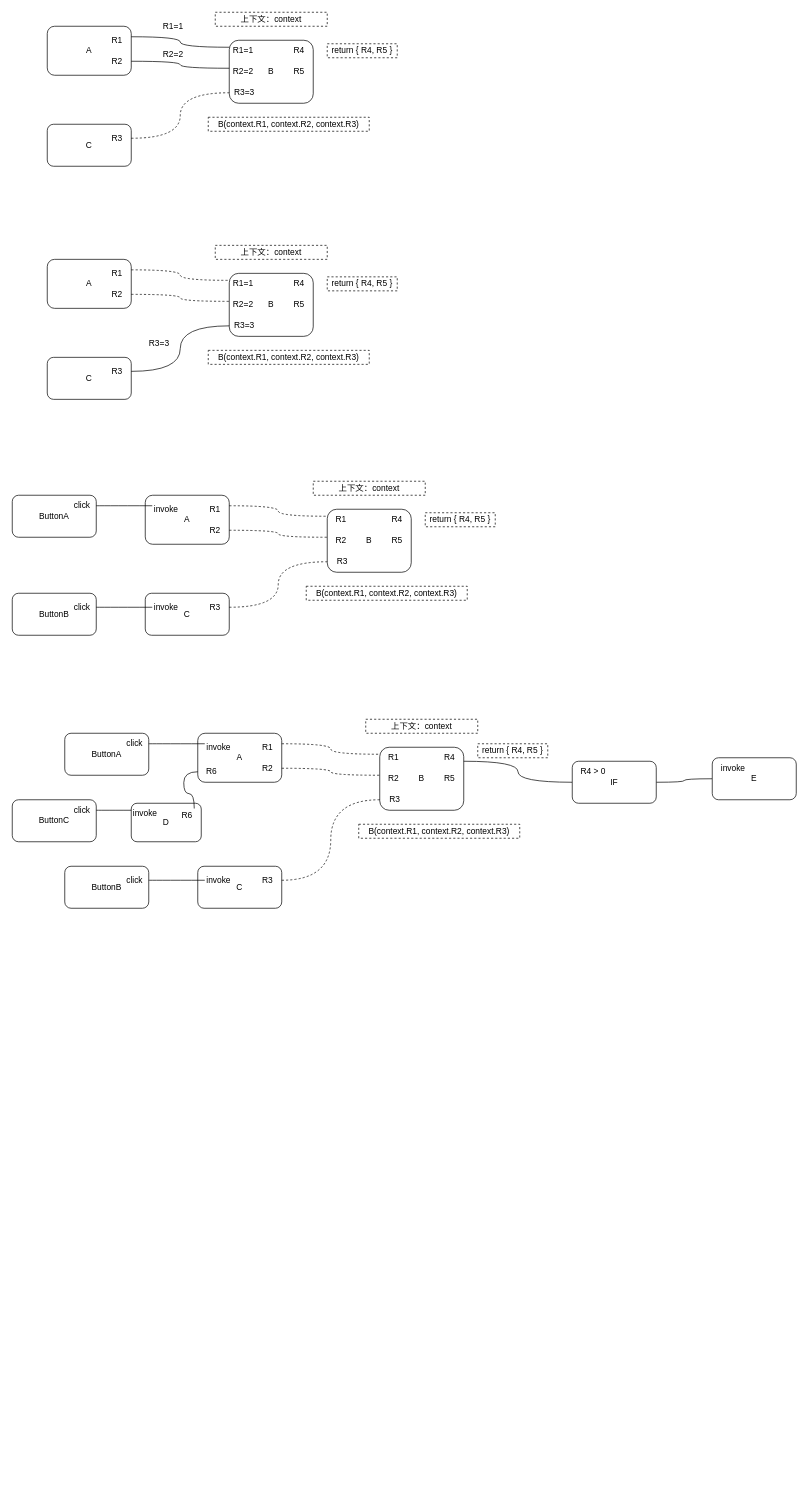
Above: flow-stream-logic.drawio in lokewei/draw.io (draw.io), before the change. Source tidied: cells renumbered, new cells numbered last; positions are measured from the earlier drawing's top-left corner, leaving out a move shared by most shapes. Both pictures are drawn from the tidied source at 70%, with x=0, y=0 at pixel (12, 12).
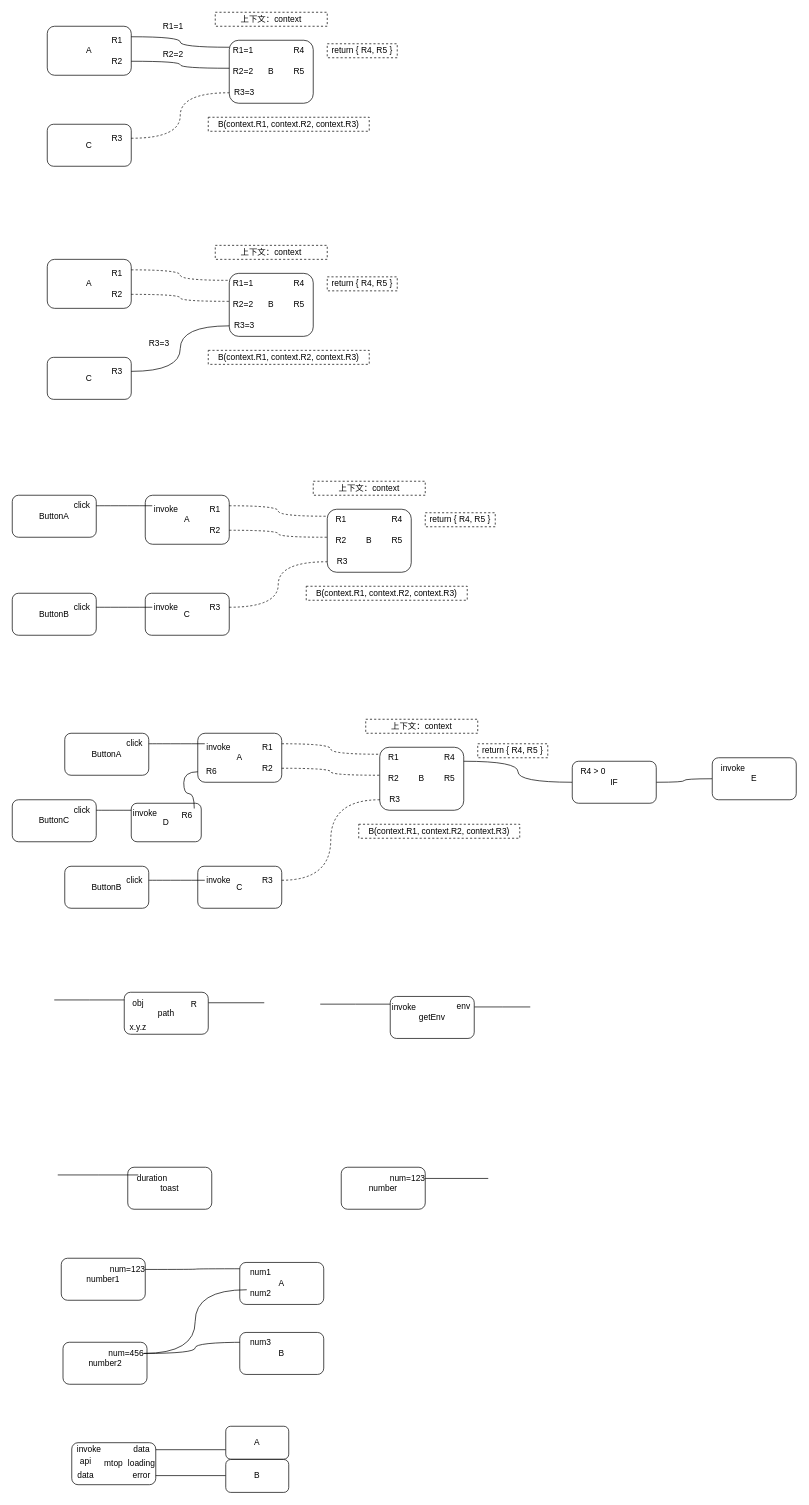
Above is the later version.

Change to the diagram source:
```diff
@@
+    <mxCell id="103" style="edgeStyle=orthogonalEdgeStyle;curved=1;rounded=0;jettySize=auto;html=1;exitX=1;exitY=0.25;exitDx=0;exitDy=0;endArrow=none;endFill=0;" parent="1" edge="1" source="104">
+      <mxGeometry relative="1" as="geometry">
+        <mxPoint x="360" y="1415" as="targetPoint" />
+      </mxGeometry>
+    </mxCell>
+    <mxCell id="104" value="path" style="rounded=1;whiteSpace=wrap;html=1;strokeColor=#000000;" parent="1" vertex="1">
+      <mxGeometry x="160" y="1400" width="120" height="60" as="geometry" />
+    </mxCell>
+    <mxCell id="105" style="edgeStyle=orthogonalEdgeStyle;curved=1;rounded=0;jettySize=auto;html=1;exitX=0;exitY=0.25;exitDx=0;exitDy=0;endArrow=none;endFill=0;" parent="1" edge="1" source="106">
+      <mxGeometry relative="1" as="geometry">
+        <mxPoint x="60" y="1411" as="targetPoint" />
+      </mxGeometry>
+    </mxCell>
+    <mxCell id="106" value="obj" style="text;html=1;strokeColor=none;fillColor=none;align=center;verticalAlign=middle;whiteSpace=wrap;rounded=0;" parent="1" vertex="1">
+      <mxGeometry x="160" y="1406" width="40" height="20" as="geometry" />
+    </mxCell>
+    <mxCell id="107" value="x.y.z" style="text;html=1;strokeColor=none;fillColor=none;align=center;verticalAlign=middle;whiteSpace=wrap;rounded=0;" parent="1" vertex="1">
+      <mxGeometry x="160" y="1440" width="40" height="20" as="geometry" />
+    </mxCell>
+    <mxCell id="108" value="R" style="text;html=1;strokeColor=none;fillColor=none;align=center;verticalAlign=middle;whiteSpace=wrap;rounded=0;" parent="1" vertex="1">
+      <mxGeometry x="240" y="1407" width="40" height="20" as="geometry" />
+    </mxCell>
+    <mxCell id="109" style="edgeStyle=orthogonalEdgeStyle;curved=1;rounded=0;jettySize=auto;html=1;exitX=1;exitY=0.25;exitDx=0;exitDy=0;endArrow=none;endFill=0;" parent="1" edge="1" source="110">
+      <mxGeometry relative="1" as="geometry">
+        <mxPoint x="740" y="1421" as="targetPoint" />
+      </mxGeometry>
+    </mxCell>
+    <mxCell id="110" value="getEnv" style="rounded=1;whiteSpace=wrap;html=1;strokeColor=#000000;" parent="1" vertex="1">
+      <mxGeometry x="540" y="1406" width="120" height="60" as="geometry" />
+    </mxCell>
+    <mxCell id="111" style="edgeStyle=orthogonalEdgeStyle;curved=1;rounded=0;jettySize=auto;html=1;exitX=0;exitY=0.25;exitDx=0;exitDy=0;endArrow=none;endFill=0;" parent="1" edge="1" source="112">
+      <mxGeometry relative="1" as="geometry">
+        <mxPoint x="440" y="1417" as="targetPoint" />
+      </mxGeometry>
+    </mxCell>
+    <mxCell id="112" value="invoke" style="text;html=1;strokeColor=none;fillColor=none;align=center;verticalAlign=middle;whiteSpace=wrap;rounded=0;" parent="1" vertex="1">
+      <mxGeometry x="540" y="1412" width="40" height="20" as="geometry" />
+    </mxCell>
+    <mxCell id="113" value="env" style="text;html=1;strokeColor=none;fillColor=none;align=center;verticalAlign=middle;whiteSpace=wrap;rounded=0;" parent="1" vertex="1">
+      <mxGeometry x="625" y="1410" width="40" height="20" as="geometry" />
+    </mxCell>
+    <mxCell id="114" value="toast" style="rounded=1;whiteSpace=wrap;html=1;strokeColor=#000000;" parent="1" vertex="1">
+      <mxGeometry x="165" y="1650" width="120" height="60" as="geometry" />
+    </mxCell>
+    <mxCell id="115" style="edgeStyle=orthogonalEdgeStyle;curved=1;rounded=0;jettySize=auto;html=1;exitX=0;exitY=0.25;exitDx=0;exitDy=0;endArrow=none;endFill=0;" parent="1" edge="1" source="116">
+      <mxGeometry relative="1" as="geometry">
+        <mxPoint x="65" y="1661" as="targetPoint" />
+      </mxGeometry>
+    </mxCell>
+    <mxCell id="116" value="duration" style="text;html=1;strokeColor=none;fillColor=none;align=center;verticalAlign=middle;whiteSpace=wrap;rounded=0;" parent="1" vertex="1">
+      <mxGeometry x="180" y="1656" width="40" height="20" as="geometry" />
+    </mxCell>
+    <mxCell id="117" value="number" style="rounded=1;whiteSpace=wrap;html=1;strokeColor=#000000;" parent="1" vertex="1">
+      <mxGeometry x="470" y="1650" width="120" height="60" as="geometry" />
+    </mxCell>
+    <mxCell id="118" style="edgeStyle=orthogonalEdgeStyle;curved=1;rounded=0;jettySize=auto;html=1;exitX=1;exitY=0.5;exitDx=0;exitDy=0;endArrow=none;endFill=0;" parent="1" edge="1" source="119">
+      <mxGeometry relative="1" as="geometry">
+        <mxPoint x="680" y="1666" as="targetPoint" />
+      </mxGeometry>
+    </mxCell>
+    <mxCell id="119" value="num=123" style="text;html=1;strokeColor=none;fillColor=none;align=center;verticalAlign=middle;whiteSpace=wrap;rounded=0;" parent="1" vertex="1">
+      <mxGeometry x="540" y="1656" width="50" height="20" as="geometry" />
+    </mxCell>
+    <mxCell id="120" value="number1" style="rounded=1;whiteSpace=wrap;html=1;strokeColor=#000000;" parent="1" vertex="1">
+      <mxGeometry x="70" y="1780" width="120" height="60" as="geometry" />
+    </mxCell>
+    <mxCell id="121" style="edgeStyle=orthogonalEdgeStyle;curved=1;rounded=0;jettySize=auto;html=1;exitX=1;exitY=0.5;exitDx=0;exitDy=0;endArrow=none;endFill=0;entryX=0;entryY=0.25;entryDx=0;entryDy=0;" parent="1" edge="1" source="122" target="124">
+      <mxGeometry relative="1" as="geometry" />
+    </mxCell>
+    <mxCell id="122" value="num=123" style="text;html=1;strokeColor=none;fillColor=none;align=center;verticalAlign=middle;whiteSpace=wrap;rounded=0;" parent="1" vertex="1">
+      <mxGeometry x="140" y="1786" width="50" height="20" as="geometry" />
+    </mxCell>
+    <mxCell id="123" value="A" style="rounded=1;whiteSpace=wrap;html=1;strokeColor=#000000;" parent="1" vertex="1">
+      <mxGeometry x="325" y="1786" width="120" height="60" as="geometry" />
+    </mxCell>
+    <mxCell id="124" value="num1" style="text;html=1;strokeColor=none;fillColor=none;align=center;verticalAlign=middle;whiteSpace=wrap;rounded=0;" parent="1" vertex="1">
+      <mxGeometry x="335" y="1790" width="40" height="20" as="geometry" />
+    </mxCell>
+    <mxCell id="125" value="mtop" style="rounded=1;whiteSpace=wrap;html=1;strokeColor=#000000;" parent="1" vertex="1">
+      <mxGeometry x="85" y="2043.5" width="120" height="60" as="geometry" />
+    </mxCell>
+    <mxCell id="126" style="edgeStyle=orthogonalEdgeStyle;curved=1;rounded=0;jettySize=auto;html=1;exitX=1;exitY=0.5;exitDx=0;exitDy=0;endArrow=none;endFill=0;" parent="1" edge="1" source="127">
+      <mxGeometry relative="1" as="geometry">
+        <mxPoint x="305" y="2053.5" as="targetPoint" />
+      </mxGeometry>
+    </mxCell>
+    <mxCell id="127" value="data" style="text;html=1;strokeColor=none;fillColor=none;align=center;verticalAlign=middle;whiteSpace=wrap;rounded=0;" parent="1" vertex="1">
+      <mxGeometry x="165" y="2043.5" width="40" height="20" as="geometry" />
+    </mxCell>
+    <mxCell id="128" style="edgeStyle=orthogonalEdgeStyle;curved=1;rounded=0;jettySize=auto;html=1;exitX=1;exitY=0.5;exitDx=0;exitDy=0;endArrow=none;endFill=0;" parent="1" edge="1" source="129">
+      <mxGeometry relative="1" as="geometry">
+        <mxPoint x="305" y="2090.5" as="targetPoint" />
+      </mxGeometry>
+    </mxCell>
+    <mxCell id="129" value="error" style="text;html=1;strokeColor=none;fillColor=none;align=center;verticalAlign=middle;whiteSpace=wrap;rounded=0;" parent="1" vertex="1">
+      <mxGeometry x="165" y="2080.5" width="40" height="20" as="geometry" />
+    </mxCell>
+    <mxCell id="130" value="api" style="text;html=1;strokeColor=none;fillColor=none;align=center;verticalAlign=middle;whiteSpace=wrap;rounded=0;" parent="1" vertex="1">
+      <mxGeometry x="85" y="2060.5" width="40" height="20" as="geometry" />
+    </mxCell>
+    <mxCell id="131" value="data" style="text;html=1;strokeColor=none;fillColor=none;align=center;verticalAlign=middle;whiteSpace=wrap;rounded=0;" parent="1" vertex="1">
+      <mxGeometry x="85" y="2080.5" width="40" height="20" as="geometry" />
+    </mxCell>
+    <mxCell id="132" value="invoke" style="text;html=1;strokeColor=none;fillColor=none;align=center;verticalAlign=middle;whiteSpace=wrap;rounded=0;" parent="1" vertex="1">
+      <mxGeometry x="90" y="2043.5" width="40" height="20" as="geometry" />
+    </mxCell>
+    <mxCell id="133" value="A" style="rounded=1;whiteSpace=wrap;html=1;strokeColor=#000000;" parent="1" vertex="1">
+      <mxGeometry x="305" y="2020" width="90" height="47" as="geometry" />
+    </mxCell>
+    <mxCell id="134" value="B" style="rounded=1;whiteSpace=wrap;html=1;strokeColor=#000000;" parent="1" vertex="1">
+      <mxGeometry x="305" y="2067.5" width="90" height="47" as="geometry" />
+    </mxCell>
+    <mxCell id="135" value="loading" style="text;html=1;strokeColor=none;fillColor=none;align=center;verticalAlign=middle;whiteSpace=wrap;rounded=0;" parent="1" vertex="1">
+      <mxGeometry x="165" y="2063.5" width="40" height="20" as="geometry" />
+    </mxCell>
+    <mxCell id="136" value="number2" style="rounded=1;whiteSpace=wrap;html=1;strokeColor=#000000;" parent="1" vertex="1">
+      <mxGeometry x="72.5" y="1900" width="120" height="60" as="geometry" />
+    </mxCell>
+    <mxCell id="137" style="edgeStyle=orthogonalEdgeStyle;curved=1;rounded=0;jettySize=auto;html=1;exitX=1;exitY=0.5;exitDx=0;exitDy=0;endArrow=none;endFill=0;entryX=0;entryY=0.25;entryDx=0;entryDy=0;" parent="1" edge="1" source="139" target="140">
+      <mxGeometry relative="1" as="geometry" />
+    </mxCell>
+    <mxCell id="138" style="edgeStyle=orthogonalEdgeStyle;curved=1;rounded=0;jettySize=auto;html=1;exitX=1;exitY=0.5;exitDx=0;exitDy=0;entryX=0;entryY=0.5;entryDx=0;entryDy=0;endArrow=none;endFill=0;" parent="1" edge="1" source="139" target="142">
+      <mxGeometry relative="1" as="geometry" />
+    </mxCell>
+    <mxCell id="139" value="num=456" style="text;html=1;strokeColor=none;fillColor=none;align=center;verticalAlign=middle;whiteSpace=wrap;rounded=0;" parent="1" vertex="1">
+      <mxGeometry x="137.5" y="1906" width="50" height="20" as="geometry" />
+    </mxCell>
+    <mxCell id="140" value="num2" style="text;html=1;strokeColor=none;fillColor=none;align=center;verticalAlign=middle;whiteSpace=wrap;rounded=0;" parent="1" vertex="1">
+      <mxGeometry x="335" y="1820" width="40" height="20" as="geometry" />
+    </mxCell>
+    <mxCell id="141" value="B" style="rounded=1;whiteSpace=wrap;html=1;strokeColor=#000000;" parent="1" vertex="1">
+      <mxGeometry x="325" y="1886" width="120" height="60" as="geometry" />
+    </mxCell>
+    <mxCell id="142" value="num3" style="text;html=1;strokeColor=none;fillColor=none;align=center;verticalAlign=middle;whiteSpace=wrap;rounded=0;" parent="1" vertex="1">
+      <mxGeometry x="335" y="1890" width="40" height="20" as="geometry" />
+    </mxCell>
```
